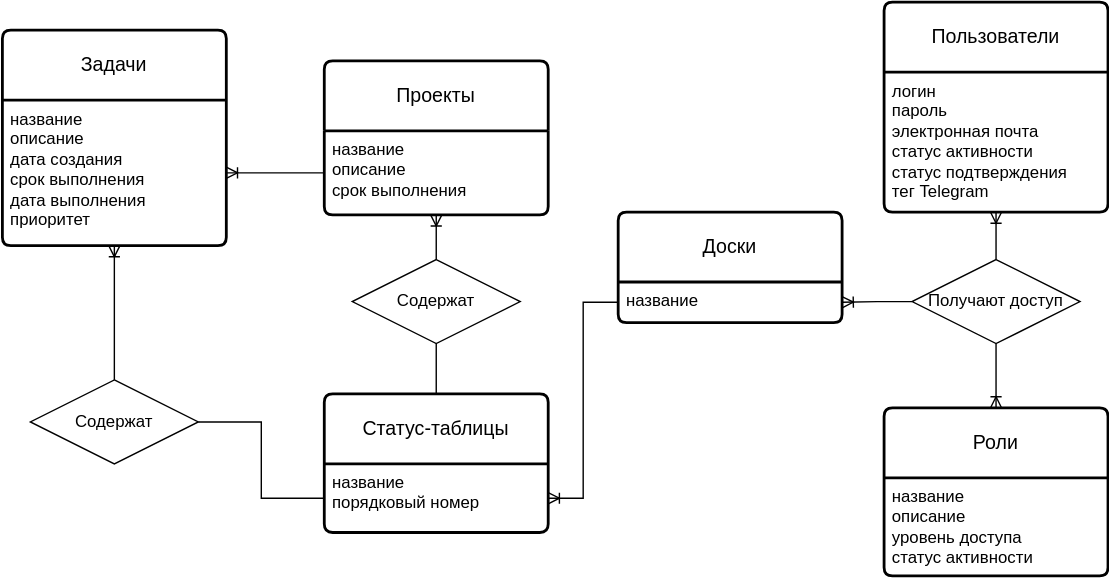
Earlier version of the draw.io export documentation/dataSchemas/ConceptualSchema.svg (Leerv474/PeachNote). Source tidied: cells renumbered, new cells last; positions are measured from the earlier drawing's top-left corner, leaving out a move shared by most shapes.
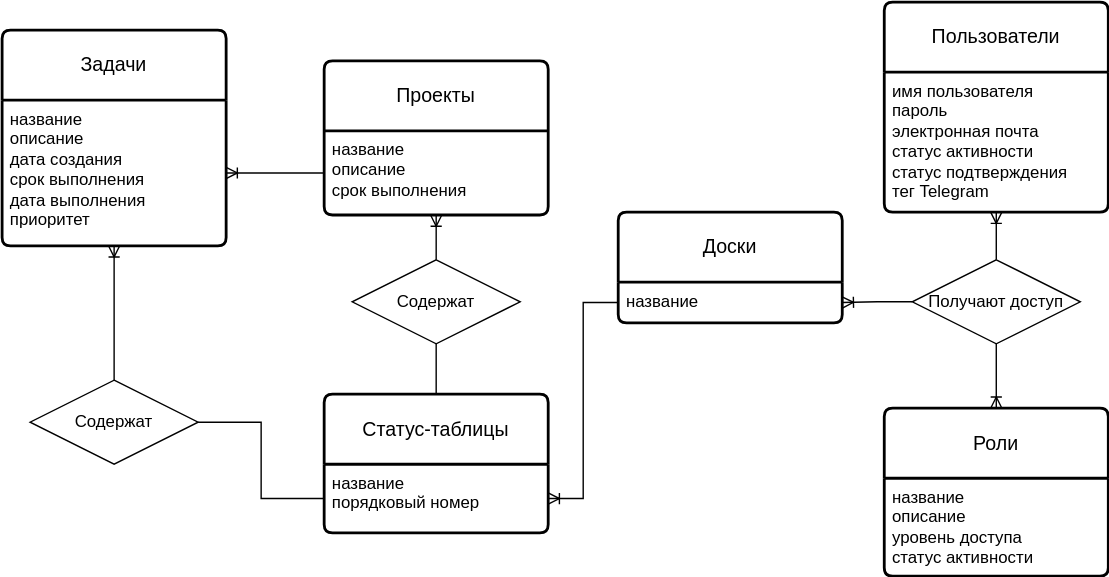
The same file after the commit.

The edit, as a diff of the source:
```diff
@@ -62,7 +62,7 @@
     <mxCell id="21" value="Пользователи" style="swimlane;horizontal=1;startSize=50;rounded=1;fontSize=14;fontStyle=0;strokeWidth=2;shadow=0;dashed=0;align=center;arcSize=4;whiteSpace=wrap;html=1;" parent="1" vertex="1">
       <mxGeometry x="630" width="160" height="150" as="geometry" />
     </mxCell>
-    <mxCell id="22" value="логин&lt;div&gt;пароль&lt;/div&gt;&lt;div&gt;электронная почта&lt;/div&gt;&lt;div&gt;статус активности&lt;/div&gt;&lt;div&gt;статус подтверждения&lt;/div&gt;&lt;div&gt;тег Telegram&lt;/div&gt;" style="align=left;strokeColor=none;fillColor=none;spacingLeft=4;fontSize=12;verticalAlign=top;html=1;" parent="21" vertex="1">
+    <mxCell id="22" value="&lt;div&gt;имя пользователя&lt;/div&gt;&lt;div&gt;пароль&lt;/div&gt;&lt;div&gt;электронная почта&lt;/div&gt;&lt;div&gt;статус активности&lt;/div&gt;&lt;div&gt;статус подтверждения&lt;/div&gt;&lt;div&gt;тег Telegram&lt;/div&gt;" style="align=left;strokeColor=none;fillColor=none;spacingLeft=4;fontSize=12;verticalAlign=top;html=1;" parent="21" vertex="1">
       <mxGeometry y="50" width="160" height="100" as="geometry" />
     </mxCell>
     <mxCell id="23" value="Роли" style="swimlane;horizontal=1;startSize=50;rounded=1;fontSize=14;fontStyle=0;strokeWidth=2;shadow=0;dashed=0;align=center;arcSize=4;whiteSpace=wrap;html=1;" parent="1" vertex="1">
```
